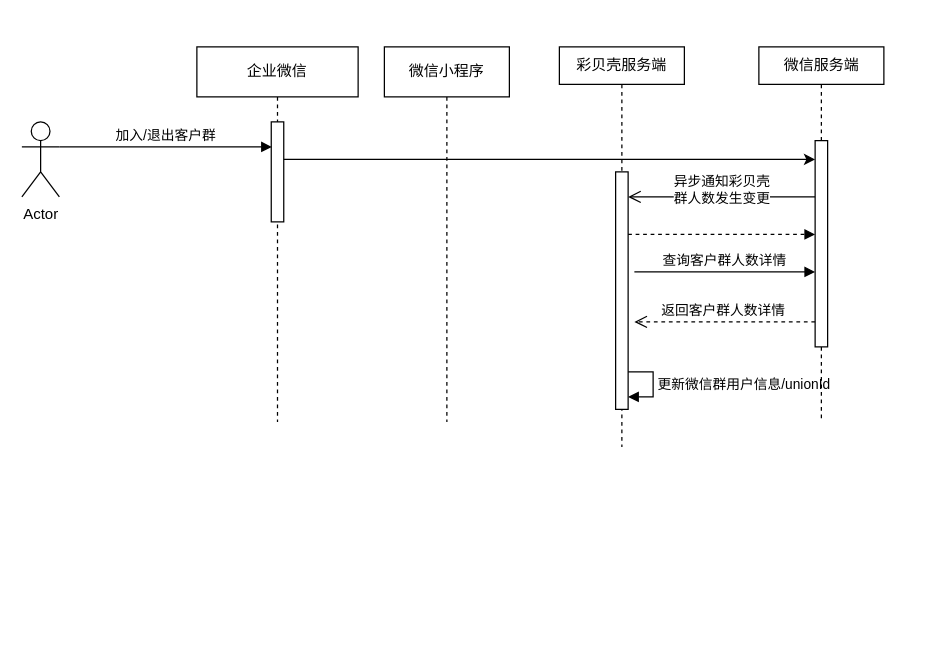
Earlier version of the draw.io diagram drawio/caibeike/用户增长-微信用户打通.drawio (JAi-Li/document). Source tidied: cells renumbered, new cells numbered last; positions are measured from the earlier drawing's top-left corner, leaving out a move shared by most shapes. Both pictures are drawn from the tidied source at 125%, with x=0, y=0 at pixel (21, 46).
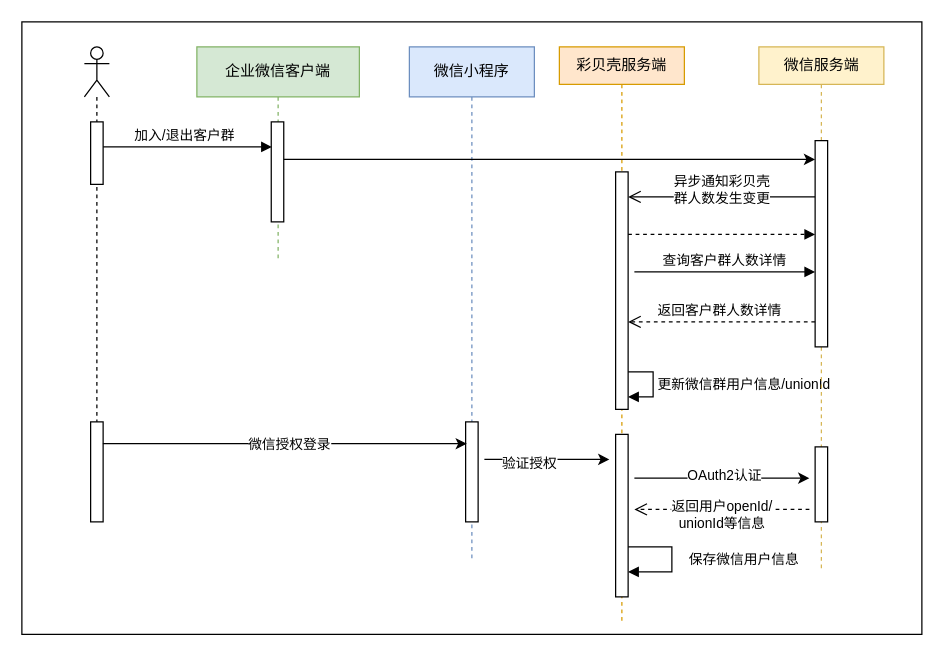
Above is the later version.

Commit message:
更新用户增长-微信用户打通.drawio

Unchanged cells that the change refers to:
```xml
<mxCell id="8" style="html=1;points=[];perimeter=orthogonalPerimeter;" parent="7" vertex="1">
  <mxGeometry x="45" y="100" width="10" height="190" as="geometry" />
</mxCell>
```

Change to the diagram source:
```diff
@@
+    <mxCell id="17" style="rounded=0;whiteSpace=wrap;html=1;glass=0;fillStyle=auto;strokeColor=default;gradientColor=none;" parent="1" vertex="1">
+      <mxGeometry y="-20" width="720" height="490" as="geometry" />
+    </mxCell>
-    <mxCell id="2" value="企业微信" style="shape=umlLifeline;perimeter=lifelinePerimeter;whiteSpace=wrap;html=1;" parent="1" vertex="1">
-      <mxGeometry x="140" width="129" height="300" as="geometry" />
+    <mxCell id="2" value="企业微信客户端" style="shape=umlLifeline;perimeter=lifelinePerimeter;whiteSpace=wrap;html=1;fillColor=#d5e8d4;strokeColor=#82b366;" parent="1" vertex="1">
+      <mxGeometry x="140" width="130" height="170" as="geometry" />
     </mxCell>
-    <mxCell id="3" style="html=1;points=[];perimeter=orthogonalPerimeter;" parent="2" vertex="1">
+    <mxCell id="3" style="html=1;points=[];perimeter=orthogonalPerimeter;fillStyle=auto;gradientColor=none;strokeColor=default;rounded=0;glass=0;" parent="2" vertex="1">
       <mxGeometry x="59.5" y="60" width="10" height="80" as="geometry" />
     </mxCell>
-    <mxCell id="4" value="加入/退出客户群" style="html=1;verticalAlign=bottom;endArrow=block;rounded=0;exitX=1;exitY=0.3333333333333333;exitDx=0;exitDy=0;exitPerimeter=0;" parent="2" edge="1" source="5">
+    <mxCell id="4" value="加入/退出客户群" style="html=1;verticalAlign=bottom;endArrow=block;rounded=0;" parent="2" edge="1" source="22">
       <mxGeometry relative="1" as="geometry">
         <mxPoint x="60" y="80" as="targetPoint" />
       </mxGeometry>
     </mxCell>
-    <mxCell id="5" value="Actor" style="shape=umlActor;verticalLabelPosition=bottom;verticalAlign=top;html=1;" parent="1" vertex="1">
-      <mxGeometry y="60" width="30" height="60" as="geometry" />
-    </mxCell>
-    <mxCell id="6" value="微信小程序" style="shape=umlLifeline;perimeter=lifelinePerimeter;whiteSpace=wrap;html=1;" parent="1" vertex="1">
-      <mxGeometry x="290" width="100" height="300" as="geometry" />
+    <mxCell id="6" value="微信小程序" style="shape=umlLifeline;perimeter=lifelinePerimeter;whiteSpace=wrap;html=1;fillColor=#dae8fc;strokeColor=#6c8ebf;" parent="1" vertex="1">
+      <mxGeometry x="310" width="100" height="410" as="geometry" />
     </mxCell>
+    <mxCell id="18" style="html=1;points=[];perimeter=orthogonalPerimeter;" parent="6" vertex="1">
+      <mxGeometry x="45" y="300" width="10" height="80" as="geometry" />
+    </mxCell>
-    <mxCell id="7" value="彩贝壳服务端" style="shape=umlLifeline;perimeter=lifelinePerimeter;whiteSpace=wrap;html=1;size=30;" parent="1" vertex="1">
-      <mxGeometry x="430" width="100" height="320" as="geometry" />
+    <mxCell id="7" value="彩贝壳服务端" style="shape=umlLifeline;perimeter=lifelinePerimeter;whiteSpace=wrap;html=1;size=30;fillColor=#ffe6cc;strokeColor=#d79b00;" parent="1" vertex="1">
+      <mxGeometry x="430" width="100" height="460" as="geometry" />
     </mxCell>
@@
+    <mxCell id="19" style="html=1;perimeter=orthogonalPerimeter;" parent="7" vertex="1">
+      <mxGeometry x="45" y="310" width="10" height="130" as="geometry" />
+    </mxCell>
+    <mxCell id="20" value="保存微信用户信息" style="edgeStyle=orthogonalEdgeStyle;html=1;align=left;spacingLeft=2;endArrow=block;rounded=0;entryX=1;entryY=0;" parent="7" edge="1">
+      <mxGeometry y="10" relative="1" as="geometry">
+        <mxPoint x="55" y="400" as="sourcePoint" />
+        <mxPoint x="55" y="420" as="targetPoint" />
+        <Array as="points">
+          <mxPoint x="90" y="400" />
+          <mxPoint x="90" y="420" />
+        </Array>
+      </mxGeometry>
+    </mxCell>
-    <mxCell id="11" value="微信服务端" style="shape=umlLifeline;perimeter=lifelinePerimeter;whiteSpace=wrap;html=1;outlineConnect=0;size=30;" parent="1" vertex="1">
-      <mxGeometry x="589.6" width="100" height="300" as="geometry" />
+    <mxCell id="11" value="微信服务端" style="shape=umlLifeline;perimeter=lifelinePerimeter;whiteSpace=wrap;html=1;outlineConnect=0;size=30;fillColor=#fff2cc;strokeColor=#d6b656;" parent="1" vertex="1">
+      <mxGeometry x="589.6" width="100" height="420" as="geometry" />
     </mxCell>
@@
+    <mxCell id="21" style="html=1;perimeter=orthogonalPerimeter;" parent="11" vertex="1">
+      <mxGeometry x="45" y="320" width="10" height="60" as="geometry" />
+    </mxCell>
@@
-    <mxCell id="16" value="返回客户群人数详情" style="html=1;verticalAlign=bottom;endArrow=open;dashed=1;endSize=8;rounded=0;" parent="1" edge="1">
+    <mxCell id="16" value="返回客户群人数详情" style="html=1;verticalAlign=bottom;endArrow=open;dashed=1;endSize=8;rounded=0;" parent="1" edge="1" target="8">
       <mxGeometry x="0.03" relative="1" as="geometry">
         <mxPoint x="634.6" y="220" as="sourcePoint" />
-        <mxPoint x="490" y="220" as="targetPoint" />
       </mxGeometry>
     </mxCell>
+    <mxCell id="22" style="shape=umlLifeline;participant=umlActor;perimeter=lifelinePerimeter;whiteSpace=wrap;html=1;verticalAlign=top;spacingTop=36;outlineConnect=0;" parent="1" vertex="1">
+      <mxGeometry x="50" width="20" height="360" as="geometry" />
+    </mxCell>
+    <mxCell id="23" style="html=1;perimeter=orthogonalPerimeter;" parent="22" vertex="1">
+      <mxGeometry x="5" y="60" width="10" height="50" as="geometry" />
+    </mxCell>
+    <mxCell id="24" style="html=1;points=[];perimeter=orthogonalPerimeter;" parent="22" vertex="1">
+      <mxGeometry x="5" y="300" width="10" height="80" as="geometry" />
+    </mxCell>
+    <mxCell id="25" style="edgeStyle=orthogonalEdgeStyle;rounded=0;jettySize=auto;html=1;endArrow=classic;endFill=1;exitX=0.98;exitY=0.218;exitDx=0;exitDy=0;exitPerimeter=0;entryX=0.1;entryY=0.218;entryDx=0;entryDy=0;entryPerimeter=0;" parent="1" edge="1" source="24" target="18">
+      <mxGeometry relative="1" as="geometry" />
+    </mxCell>
+    <mxCell id="26" value="微信授权登录" style="edgeLabel;html=1;align=center;verticalAlign=middle;" parent="25" vertex="1">
+      <mxGeometry x="0.24" relative="1" as="geometry">
+        <mxPoint x="-32" as="offset" />
+      </mxGeometry>
+    </mxCell>
+    <mxCell id="27" style="edgeStyle=orthogonalEdgeStyle;rounded=0;orthogonalLoop=1;jettySize=auto;html=1;endArrow=classic;endFill=1;" parent="1" edge="1">
+      <mxGeometry relative="1" as="geometry">
+        <mxPoint x="370" y="330" as="sourcePoint" />
+        <mxPoint x="470" y="330" as="targetPoint" />
+      </mxGeometry>
+    </mxCell>
+    <mxCell id="28" value="验证授权" style="edgeLabel;html=1;align=center;verticalAlign=middle;" parent="27" vertex="1">
+      <mxGeometry x="-0.31" y="-2" relative="1" as="geometry" />
+    </mxCell>
+    <mxCell id="29" style="edgeStyle=orthogonalEdgeStyle;rounded=0;orthogonalLoop=1;jettySize=auto;html=1;endArrow=classic;endFill=1;" parent="1" edge="1">
+      <mxGeometry relative="1" as="geometry">
+        <mxPoint x="490" y="345" as="sourcePoint" />
+        <mxPoint x="630" y="345" as="targetPoint" />
+      </mxGeometry>
+    </mxCell>
+    <mxCell id="30" value="OAuth2认证" style="edgeLabel;html=1;align=center;verticalAlign=middle;" parent="29" vertex="1">
+      <mxGeometry x="-0.2" y="3" relative="1" as="geometry">
+        <mxPoint x="15" as="offset" />
+      </mxGeometry>
+    </mxCell>
+    <mxCell id="31" value="返回用户openId/&lt;br&gt;unionId等信息" style="html=1;verticalAlign=bottom;endArrow=open;dashed=1;endSize=8;rounded=0;" parent="1" edge="1">
+      <mxGeometry y="20" relative="1" as="geometry">
+        <mxPoint x="630" y="370" as="sourcePoint" />
+        <mxPoint x="490" y="370" as="targetPoint" />
+      </mxGeometry>
+    </mxCell>
```
